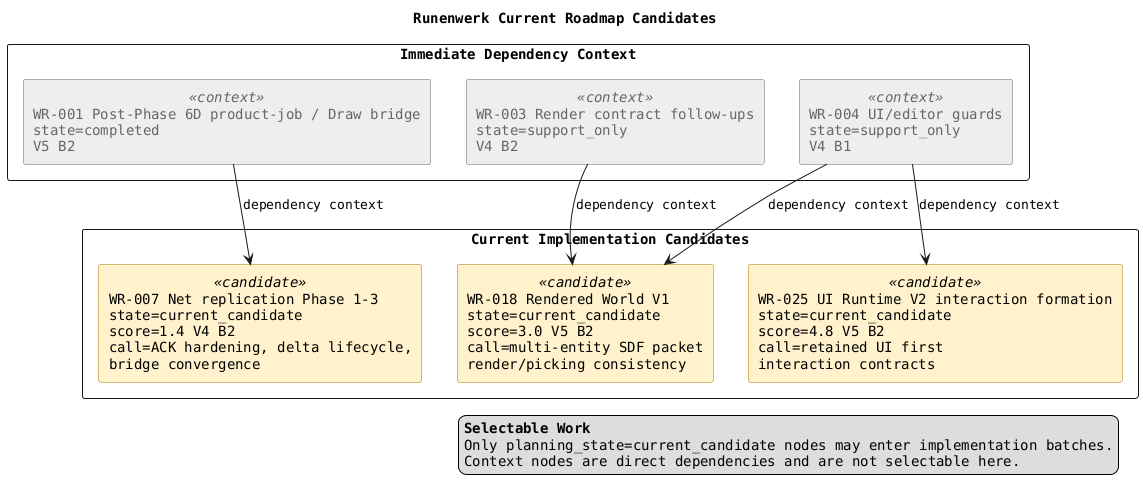
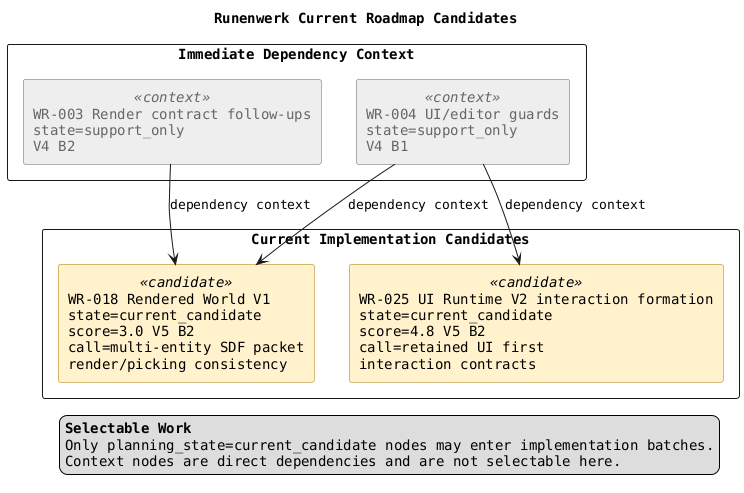
@startuml
title Runenwerk Current Roadmap Candidates

top to bottom direction
skinparam componentStyle rectangle
skinparam shadowing false
skinparam packageStyle rectangle
skinparam defaultFontName Monospaced

skinparam component {
  BackgroundColor<<candidate>> #FFF2CC
  BorderColor<<candidate>> #AA7700
  BackgroundColor<<context>> #EEEEEE
  BorderColor<<context>> #666666
  FontColor<<context>> #666666
}

legend right
  <b>Selectable Work</b>
  Only planning_state=current_candidate nodes may enter implementation batches.
  Context nodes are direct dependencies and are not selectable here.
endlegend

package "Immediate Dependency Context" {
-   component "WR-001 Post-Phase 6D product-job / Draw bridge\nstate=completed\nV5 B2" as DRAWNEXT <<context>>
- 
  component "WR-003 Render contract follow-ups\nstate=support_only\nV4 B2" as RENDER <<context>>

  component "WR-004 UI/editor guards\nstate=support_only\nV4 B1" as UIGUARDS <<context>>

}

package "Current Implementation Candidates" {
-   component "WR-007 Net replication Phase 1-3\nstate=current_candidate\nscore=1.4 V4 B2\ncall=ACK hardening, delta lifecycle,\nbridge convergence" as NET <<candidate>>
- 
  component "WR-018 Rendered World V1\nstate=current_candidate\nscore=3.0 V5 B2\ncall=multi-entity SDF packet\nrender/picking consistency" as RENDERWORLD <<candidate>>

  component "WR-025 UI Runtime V2 interaction formation\nstate=current_candidate\nscore=4.8 V5 B2\ncall=retained UI first\ninteraction contracts" as UIV2 <<candidate>>

}

- DRAWNEXT -down-> NET : dependency context
RENDER -down-> RENDERWORLD : dependency context
UIGUARDS -down-> RENDERWORLD : dependency context
UIGUARDS -down-> UIV2 : dependency context

@enduml
